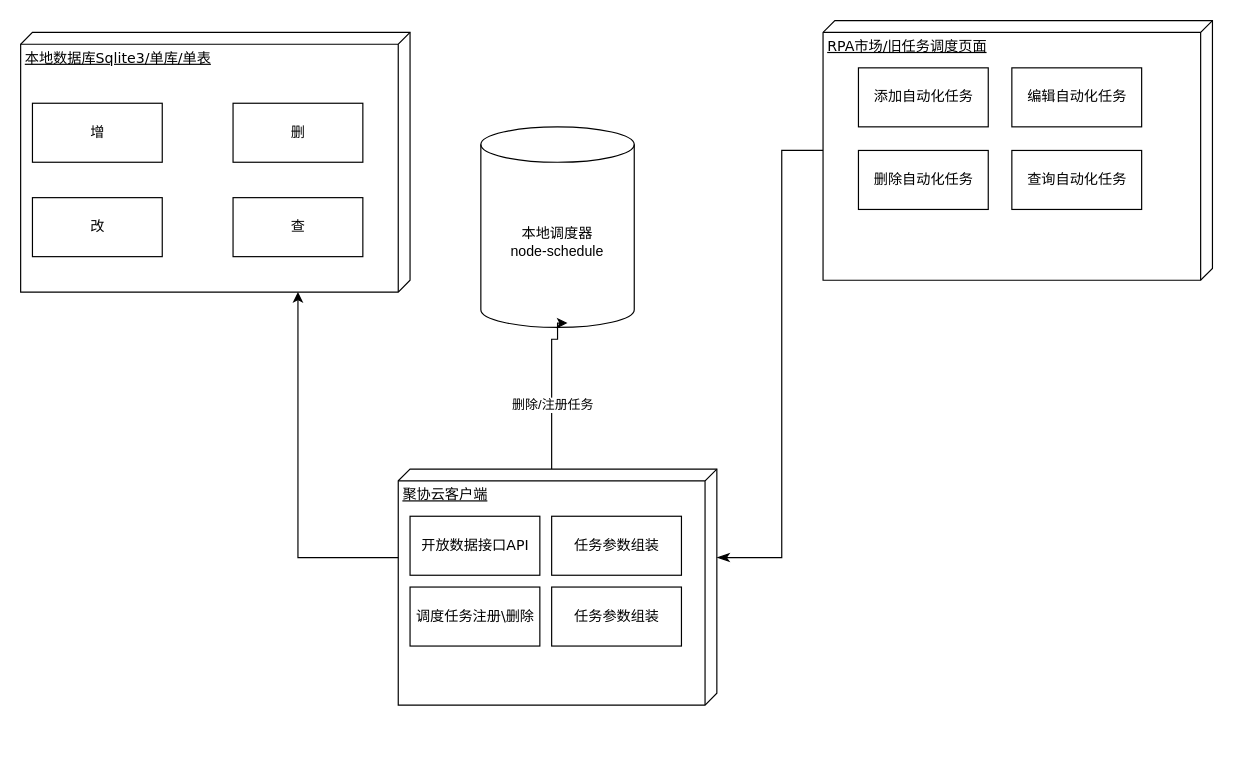
The draw.io diagram 自动化升级.drawio in hijimo/flow-pics, before the edit. Source tidied: cells renumbered, new cells numbered last; positions are measured from the earlier drawing's top-left corner, leaving out a move shared by most shapes. Both pictures are drawn from the tidied source at 118%, with x=0, y=0 at pixel (20, 20).
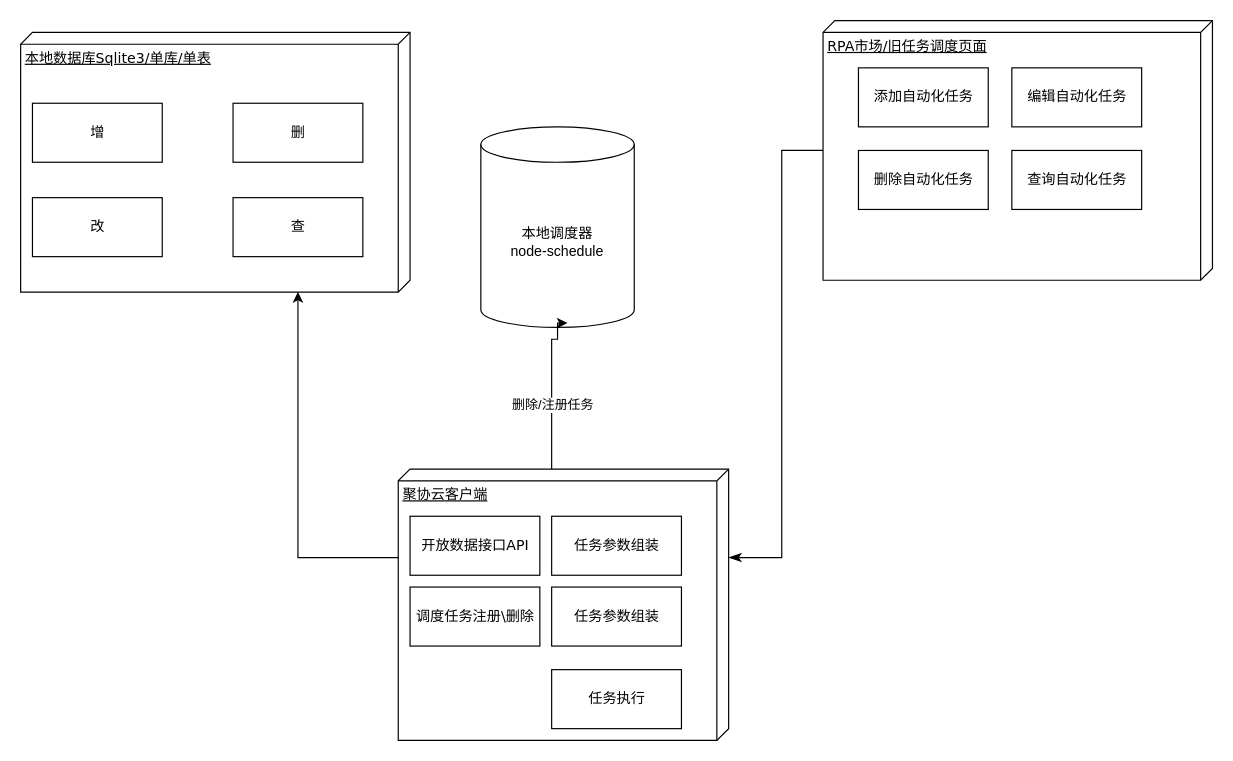
The same page after the edit.

Commit message (it also covers changes not shown here):
更新自动化升级.drawio

Change to the diagram source:
```diff
@@
     <mxCell id="4" value="聚协云客户端&lt;div&gt;&lt;br&gt;&lt;/div&gt;" style="verticalAlign=top;align=left;spacingTop=8;spacingLeft=2;spacingRight=12;shape=cube;size=10;direction=south;fontStyle=4;html=1;rounded=0;shadow=0;comic=0;labelBackgroundColor=none;strokeWidth=1;fontFamily=Verdana;fontSize=12;" parent="1" vertex="1">
-      <mxGeometry x="320" y="380" width="270" height="200" as="geometry" />
+      <mxGeometry x="320" y="380" width="280" height="230" as="geometry" />
     </mxCell>
@@
+    <mxCell id="22" value="任务执行" style="html=1;rounded=0;shadow=0;comic=0;labelBackgroundColor=none;strokeWidth=1;fontFamily=Verdana;fontSize=12;align=center;" parent="1" vertex="1">
+      <mxGeometry x="450" y="550" width="110" height="50" as="geometry" />
+    </mxCell>
```
